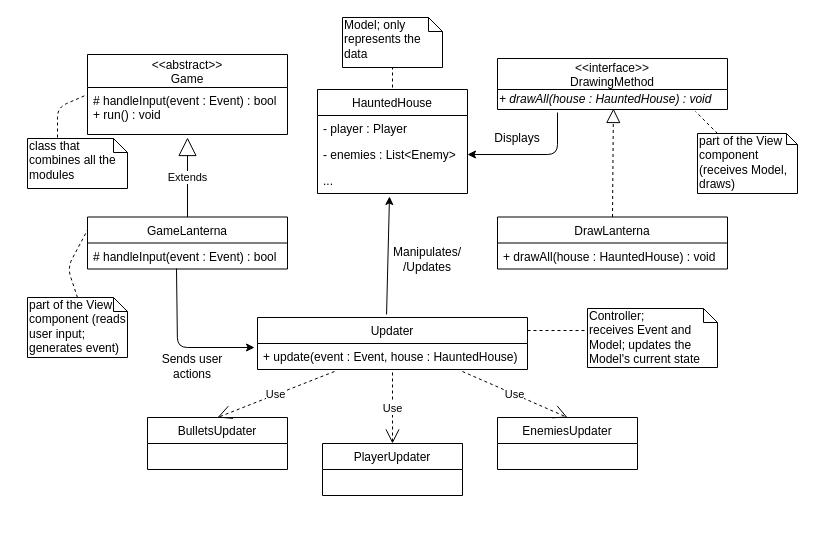
Above: docs/diagrams/UML_MVC/UML_MVC.drawio in DiogoF17/LPOO_18-19 (draw.io), before the change. Source tidied: cells renumbered, new cells numbered last; positions are measured from the earlier drawing's top-left corner, leaving out a move shared by most shapes. Both pictures are drawn from the tidied source at 100%, with x=0, y=0 at pixel (27, 17).
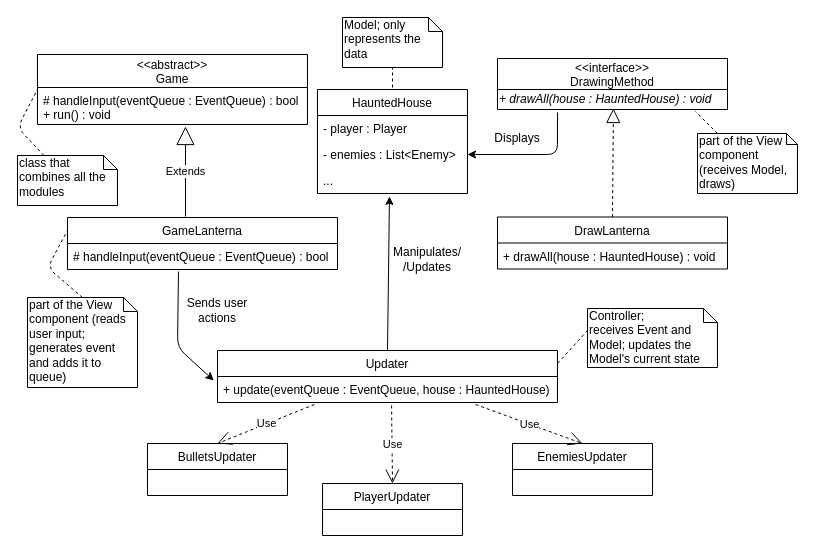
The same page after the edit.

Commit message (it also covers changes not shown here):
Changed MVC diagram and added Command diagram

Unchanged cells that the change refers to:
```xml
<mxCell id="25" value="..." style="text;strokeColor=none;fillColor=none;align=left;verticalAlign=top;spacingLeft=4;spacingRight=4;overflow=hidden;points=[[0,0.5],[1,0.5]];portConstraint=eastwest;" parent="22" vertex="1">
  <mxGeometry y="78" width="150" height="26" as="geometry" />
</mxCell>
```

The edit, as a diff of the source:
```diff
@@
     <mxCell id="2" value="&#10;&lt;&lt;abstract&gt;&gt;&#10;Game&#10;" style="swimlane;fontStyle=0;horizontal=1;startSize=33;fillColor=none;" parent="1" vertex="1">
-      <mxGeometry x="60" y="37" width="200" height="80" as="geometry" />
+      <mxGeometry x="10" y="37" width="270" height="70" as="geometry" />
     </mxCell>
-    <mxCell id="3" value="# handleInput(event : Event) : bool&#10;+ run() : void" style="text;strokeColor=none;fillColor=none;align=left;verticalAlign=top;spacingLeft=4;spacingRight=4;overflow=hidden;points=[[0,0.5],[1,0.5]];portConstraint=eastwest;fontStyle=0;" parent="2" vertex="1">
-      <mxGeometry y="33" width="200" height="47" as="geometry" />
+    <mxCell id="3" value="# handleInput(eventQueue : EventQueue) : bool&#10;+ run() : void" style="text;strokeColor=none;fillColor=none;align=left;verticalAlign=top;spacingLeft=4;spacingRight=4;overflow=hidden;points=[[0,0.5],[1,0.5]];portConstraint=eastwest;fontStyle=0;" parent="2" vertex="1">
+      <mxGeometry y="33" width="270" height="37" as="geometry" />
     </mxCell>
     <mxCell id="4" value="GameLanterna" style="swimlane;fontStyle=0;horizontal=1;startSize=26;fillColor=none;" parent="1" vertex="1">
-      <mxGeometry x="60" y="199.5" width="200" height="52" as="geometry" />
+      <mxGeometry x="40" y="200" width="270" height="52" as="geometry" />
     </mxCell>
-    <mxCell id="5" value="# handleInput(event : Event) : bool" style="text;strokeColor=none;fillColor=none;align=left;verticalAlign=top;spacingLeft=4;spacingRight=4;overflow=hidden;points=[[0,0.5],[1,0.5]];portConstraint=eastwest;" parent="4" vertex="1">
-      <mxGeometry y="26" width="200" height="26" as="geometry" />
+    <mxCell id="5" value="# handleInput(eventQueue : EventQueue) : bool" style="text;strokeColor=none;fillColor=none;align=left;verticalAlign=top;spacingLeft=4;spacingRight=4;overflow=hidden;points=[[0,0.5],[1,0.5]];portConstraint=eastwest;" parent="4" vertex="1">
+      <mxGeometry y="26" width="270" height="26" as="geometry" />
     </mxCell>
-    <mxCell id="6" value="Extends" style="endArrow=block;endSize=16;endFill=0;html=1;exitX=0.5;exitY=0;exitDx=0;exitDy=0;" parent="1" edge="1" source="4">
-      <mxGeometry relative="1" as="geometry">
-        <mxPoint x="160" y="120" as="targetPoint" />
-      </mxGeometry>
+    <mxCell id="6" value="Extends" style="endArrow=block;endSize=16;endFill=0;html=1;exitX=0.437;exitY=-0.019;exitDx=0;exitDy=0;exitPerimeter=0;entryX=0.548;entryY=1.054;entryDx=0;entryDy=0;entryPerimeter=0;" parent="1" edge="1" source="4" target="3">
+      <mxGeometry relative="1" as="geometry" />
     </mxCell>
-    <mxCell id="7" style="endArrow=none;dashed=1;html=1;entryX=0;entryY=0.5;entryDx=0;entryDy=0;" parent="1" edge="1" target="2">
+    <mxCell id="7" style="endArrow=none;dashed=1;html=1;entryX=0;entryY=0.5;entryDx=0;entryDy=0;" parent="1" edge="1" source="8" target="2">
       <mxGeometry relative="1" as="geometry">
-        <mxPoint x="30" y="120" as="sourcePoint" />
         <Array as="points">
-          <mxPoint x="30" y="90" />
+          <mxPoint x="-10" y="110" />
         </Array>
       </mxGeometry>
     </mxCell>
     <mxCell id="8" value="class that combines all the modules&amp;nbsp;" style="shape=note;whiteSpace=wrap;html=1;size=14;verticalAlign=top;align=left;spacingTop=-6;" parent="1" vertex="1">
-      <mxGeometry y="121" width="100" height="50" as="geometry" />
+      <mxGeometry x="-10" y="138" width="100" height="50" as="geometry" />
     </mxCell>
-    <mxCell id="9" value="part of the View component (reads user input; generates event)" style="shape=note;whiteSpace=wrap;html=1;size=14;verticalAlign=top;align=left;spacingTop=-6;" parent="1" vertex="1">
-      <mxGeometry y="280" width="100" height="60" as="geometry" />
+    <mxCell id="9" value="part of the View component (reads user input; generates event and adds it to queue)" style="shape=note;whiteSpace=wrap;html=1;size=14;verticalAlign=top;align=left;spacingTop=-6;" parent="1" vertex="1">
+      <mxGeometry y="280" width="110" height="90" as="geometry" />
     </mxCell>
     <mxCell id="10" style="endArrow=none;dashed=1;html=1;entryX=0;entryY=0.25;entryDx=0;entryDy=0;exitX=0.5;exitY=0;exitDx=0;exitDy=0;exitPerimeter=0;" parent="1" edge="1" source="9" target="4">
       <mxGeometry relative="1" as="geometry">
         <Array as="points">
-          <mxPoint x="40" y="250" />
+          <mxPoint x="20" y="250" />
         </Array>
       </mxGeometry>
     </mxCell>
@@
     <mxCell id="18" value="Updater" style="swimlane;fontStyle=0;horizontal=1;startSize=26;fillColor=none;" parent="1" vertex="1">
-      <mxGeometry x="230" y="300" width="270" height="52" as="geometry" />
+      <mxGeometry x="190" y="333" width="340" height="52" as="geometry" />
     </mxCell>
-    <mxCell id="19" value="+ update(event : Event, house : HauntedHouse)&#10;" style="text;strokeColor=none;fillColor=none;align=left;verticalAlign=top;spacingLeft=4;spacingRight=4;overflow=hidden;points=[[0,0.5],[1,0.5]];portConstraint=eastwest;" parent="18" vertex="1">
-      <mxGeometry y="26" width="270" height="26" as="geometry" />
+    <mxCell id="19" value="+ update(eventQueue : EventQueue, house : HauntedHouse)&#10;" style="text;strokeColor=none;fillColor=none;align=left;verticalAlign=top;spacingLeft=4;spacingRight=4;overflow=hidden;points=[[0,0.5],[1,0.5]];portConstraint=eastwest;" parent="18" vertex="1">
+      <mxGeometry y="26" width="340" height="26" as="geometry" />
     </mxCell>
@@
-    <mxCell id="30" style="endArrow=classic;html=1;entryX=0.48;entryY=1.115;entryDx=0;entryDy=0;entryPerimeter=0;exitX=0.478;exitY=-0.058;exitDx=0;exitDy=0;exitPerimeter=0;" parent="1" edge="1" source="18" target="25">
+    <mxCell id="30" style="endArrow=classic;html=1;entryX=0.48;entryY=1.115;entryDx=0;entryDy=0;entryPerimeter=0;exitX=0.5;exitY=0;exitDx=0;exitDy=0;" parent="1" edge="1" source="18" target="25">
       <mxGeometry relative="1" as="geometry" />
     </mxCell>
@@
-    <mxCell id="32" style="endArrow=classic;html=1;exitX=0.445;exitY=0.981;exitDx=0;exitDy=0;exitPerimeter=0;entryX=-0.011;entryY=0.154;entryDx=0;entryDy=0;entryPerimeter=0;" parent="1" edge="1" source="5" target="19">
+    <mxCell id="32" style="endArrow=classic;html=1;exitX=0.411;exitY=1.077;exitDx=0;exitDy=0;exitPerimeter=0;entryX=-0.011;entryY=0.154;entryDx=0;entryDy=0;entryPerimeter=0;" parent="1" edge="1" source="5" target="19">
       <mxGeometry relative="1" as="geometry">
         <Array as="points">
           <mxPoint x="150" y="330" />
         </Array>
       </mxGeometry>
     </mxCell>
     <mxCell id="33" value="Sends user actions&lt;br&gt;" style="text;html=1;strokeColor=none;fillColor=none;align=center;verticalAlign=middle;whiteSpace=wrap;rounded=0;" parent="1" vertex="1">
-      <mxGeometry x="130" y="339" width="70" height="20" as="geometry" />
+      <mxGeometry x="155" y="282.5" width="70" height="20" as="geometry" />
     </mxCell>
     <mxCell id="34" value="BulletsUpdater" style="swimlane;fontStyle=0;horizontal=1;startSize=26;fillColor=none;" parent="1" vertex="1">
-      <mxGeometry x="120" y="400" width="140" height="52" as="geometry" />
+      <mxGeometry x="120" y="426" width="140" height="52" as="geometry" />
     </mxCell>
     <mxCell id="35" value="PlayerUpdater" style="swimlane;fontStyle=0;horizontal=1;startSize=26;fillColor=none;" parent="1" vertex="1">
-      <mxGeometry x="295" y="426" width="140" height="52" as="geometry" />
+      <mxGeometry x="295" y="466" width="140" height="52" as="geometry" />
     </mxCell>
     <mxCell id="36" value="EnemiesUpdater" style="swimlane;fontStyle=0;horizontal=1;startSize=26;fillColor=none;" parent="1" vertex="1">
-      <mxGeometry x="470" y="400" width="140" height="52" as="geometry" />
+      <mxGeometry x="485" y="426" width="140" height="52" as="geometry" />
     </mxCell>
@@
-    <mxCell id="38" value="Use" style="endArrow=open;endSize=12;dashed=1;html=1;entryX=0.5;entryY=0;entryDx=0;entryDy=0;" parent="1" edge="1" target="35">
-      <mxGeometry relative="1" as="geometry">
-        <mxPoint x="365" y="355" as="sourcePoint" />
-      </mxGeometry>
+    <mxCell id="38" value="Use" style="endArrow=open;endSize=12;dashed=1;html=1;entryX=0.5;entryY=0;entryDx=0;entryDy=0;exitX=0.512;exitY=1.115;exitDx=0;exitDy=0;exitPerimeter=0;" parent="1" edge="1" source="19" target="35">
+      <mxGeometry relative="1" as="geometry" />
     </mxCell>
```
